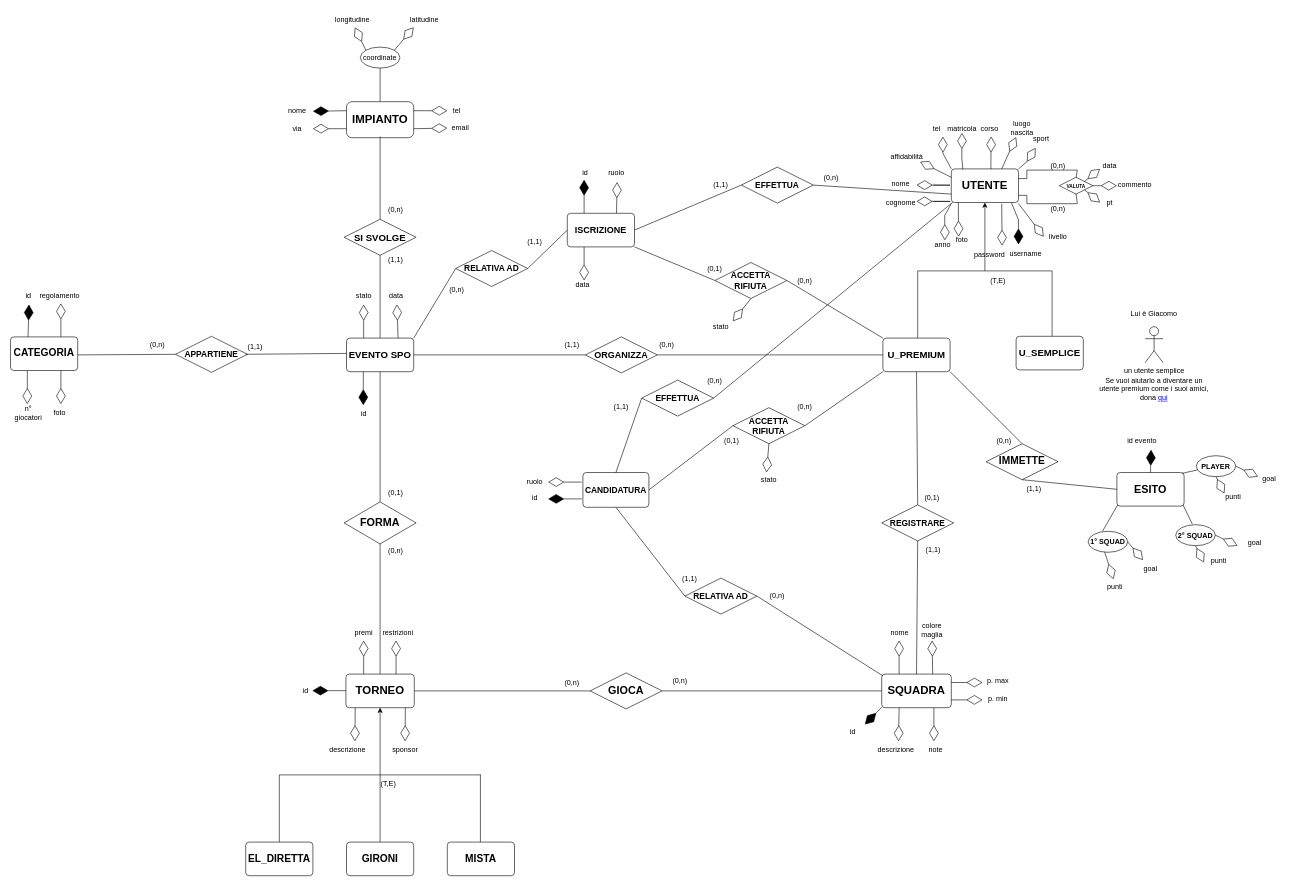
Earlier version of the draw.io diagram Project-EER.drawio (KintsuKayaba/UniGeSocialSport). Source tidied: cells renumbered, new cells numbered last; positions are measured from the earlier drawing's top-left corner, leaving out a move shared by most shapes. Both pictures are drawn from the tidied source at 60%, with x=0, y=0 at pixel (10, 10).
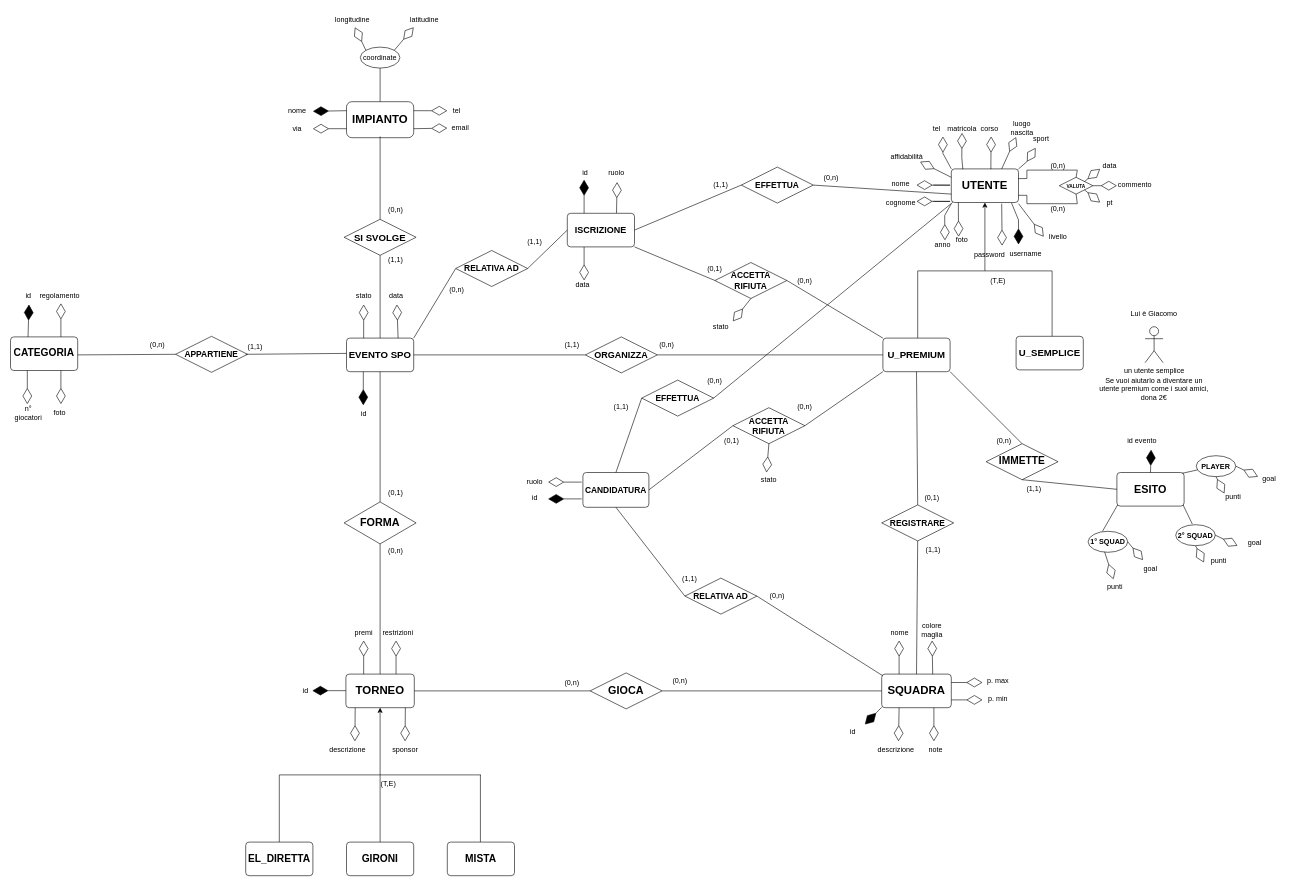
After the change.

Commit message:
niente paypal

Unchanged cells that the change refers to:
```xml
<mxCell id="217" style="group;" parent="1" vertex="1">
  <mxGeometry x="1808" y="490" width="196" height="163" as="geometry" />
</mxCell>
```

What changed in the source:
```diff
@@
-    <mxCell id="221" value="Se vuoi aiutarlo a diventare un utente premium come i suoi amici, dona &lt;a href=&quot;https://www.paypal.me/leonelvassallo&quot;&gt;qui&lt;/a&gt;&lt;div&gt;&lt;br&gt;&lt;/div&gt;" style="text;html=1;align=center;verticalAlign=middle;whiteSpace=wrap;rounded=0;" parent="217" vertex="1">
+    <mxCell id="221" value="Se vuoi aiutarlo a diventare un utente premium come i suoi amici, dona 2€&lt;div&gt;&lt;br&gt;&lt;/div&gt;" style="text;html=1;align=center;verticalAlign=middle;whiteSpace=wrap;rounded=0;" parent="217" vertex="1">
       <mxGeometry y="133" width="196" height="30" as="geometry" />
     </mxCell>
```
